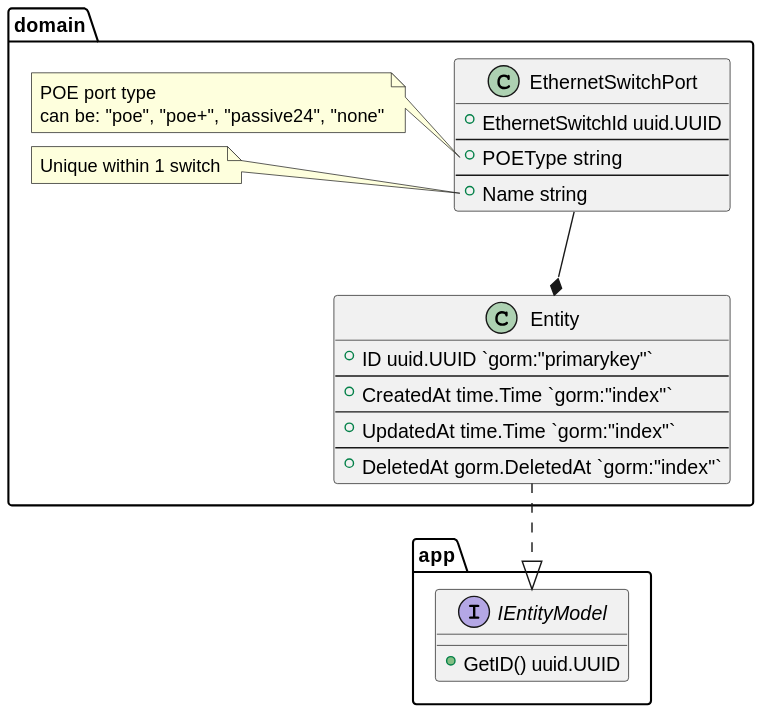
The PlantUML diagram docs/plantuml/entities/EthernetSwitchPort.svg in lf-edge/rol, before a commit.
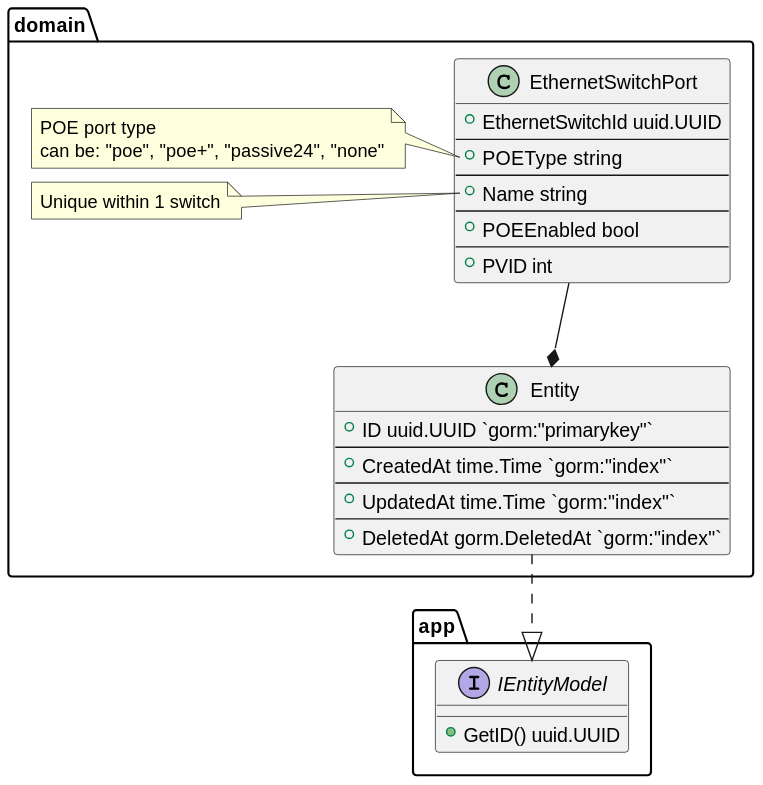
After the change.

What changed in the source:
```diff
@@ -1,4 +1,4 @@
-@startuml EthernetSwitchPort
+@startuml
 
 !include Entity.puml
 
@@ -9,6 +9,10 @@
         +POEType string
         --
         +Name string
+        --
+        +POEEnabled bool
+        --
+        +PVID int
     }
 
     EthernetSwitchPort -down-* Entity
```
